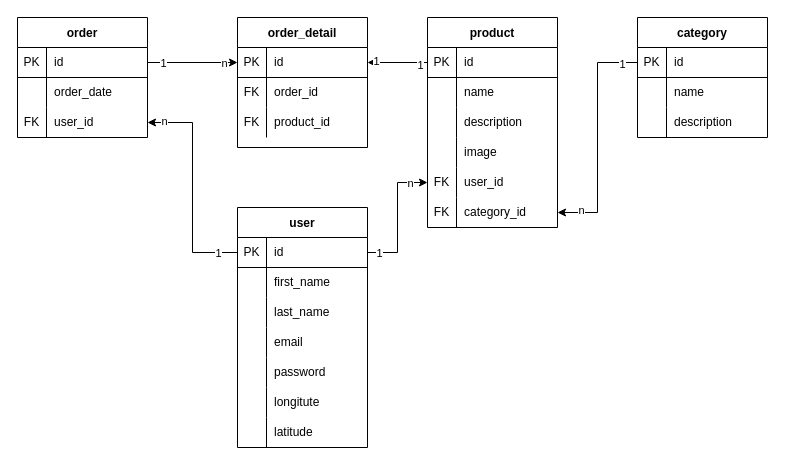
Before: diagrams/erd.drawio in sharonshlee/fernicher, a draw.io diagram. Source tidied: cells renumbered, new cells numbered last; positions are measured from the earlier drawing's top-left corner, leaving out a move shared by most shapes. Both pictures are drawn from the tidied source at 100%, with x=0, y=0 at pixel (17, 17).
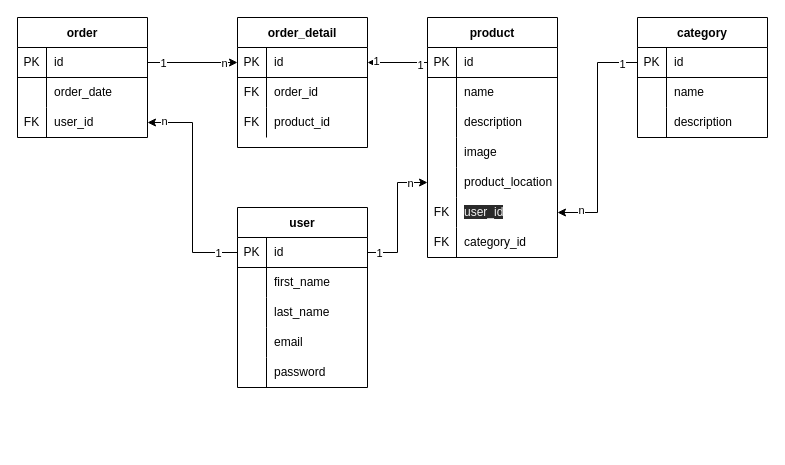
The same page after the edit.

Commit message:
edit ERD for product_location

The change refers to these unchanged cells:
```xml
<mxCell id="37" style="shape=partialRectangle;html=1;whiteSpace=wrap;fillColor=none;top=0;left=0;bottom=0;right=0;points=[[0,0.5],[1,0.5]];portConstraint=eastwest;" parent="24" vertex="1">
  <mxGeometry y="150" width="130" height="30" as="geometry" />
</mxCell>
<mxCell id="40" style="shape=partialRectangle;html=1;whiteSpace=wrap;fillColor=none;top=0;left=0;bottom=0;right=0;points=[[0,0.5],[1,0.5]];portConstraint=eastwest;" parent="24" vertex="1">
  <mxGeometry y="180" width="130" height="30" as="geometry" />
</mxCell>
```

Change to the diagram source:
```diff
@@
     <mxCell id="2" value="user" style="shape=table;startSize=30;childLayout=tableLayout;rowLines=0;fontStyle=1;align=center;" parent="1" vertex="1">
-      <mxGeometry x="220" y="190" width="130" height="240" as="geometry" />
+      <mxGeometry x="220" y="190" width="130" height="180" as="geometry" />
     </mxCell>
@@
-    <mxCell id="18" style="shape=partialRectangle;html=1;whiteSpace=wrap;fillColor=none;top=0;left=0;bottom=0;right=0;" parent="2" vertex="1">
-      <mxGeometry y="180" width="130" height="30" as="geometry" />
-    </mxCell>
-    <mxCell id="19" style="shape=partialRectangle;html=1;whiteSpace=wrap;fillColor=none;top=0;left=0;bottom=0;right=0;overflow=hidden;" parent="18" vertex="1">
-      <mxGeometry width="29" height="30" as="geometry" />
-    </mxCell>
-    <mxCell id="20" value="longitute" style="shape=partialRectangle;html=1;whiteSpace=wrap;fillColor=none;top=0;left=0;bottom=0;right=0;align=left;spacingLeft=6;overflow=hidden;" parent="18" vertex="1">
-      <mxGeometry x="29" width="101" height="30" as="geometry" />
-    </mxCell>
-    <mxCell id="21" style="shape=partialRectangle;html=1;whiteSpace=wrap;fillColor=none;top=0;left=0;bottom=0;right=0;" parent="2" vertex="1">
-      <mxGeometry y="210" width="130" height="30" as="geometry" />
-    </mxCell>
-    <mxCell id="22" style="shape=partialRectangle;html=1;whiteSpace=wrap;fillColor=none;top=0;left=0;bottom=0;right=0;overflow=hidden;" parent="21" vertex="1">
-      <mxGeometry width="29" height="30" as="geometry" />
-    </mxCell>
-    <mxCell id="23" value="latitude" style="shape=partialRectangle;html=1;whiteSpace=wrap;fillColor=none;top=0;left=0;bottom=0;right=0;align=left;spacingLeft=6;overflow=hidden;" parent="21" vertex="1">
-      <mxGeometry x="29" width="101" height="30" as="geometry" />
-    </mxCell>
     <mxCell id="24" value="product" style="shape=table;startSize=30;childLayout=tableLayout;rowLines=0;fontStyle=1;align=center;" parent="1" vertex="1">
-      <mxGeometry x="410" width="130" height="210" as="geometry" />
+      <mxGeometry x="410" width="130" height="240" as="geometry" />
     </mxCell>
@@
-    <mxCell id="38" value="FK" style="shape=partialRectangle;html=1;whiteSpace=wrap;fillColor=none;top=0;left=0;bottom=0;right=0;overflow=hidden;" parent="37" vertex="1">
+    <mxCell id="38" style="shape=partialRectangle;html=1;whiteSpace=wrap;fillColor=none;top=0;left=0;bottom=0;right=0;overflow=hidden;" parent="37" vertex="1">
       <mxGeometry width="29" height="30" as="geometry" />
     </mxCell>
-    <mxCell id="39" value="user_id" style="shape=partialRectangle;html=1;whiteSpace=wrap;fillColor=none;top=0;left=0;bottom=0;right=0;align=left;spacingLeft=6;overflow=hidden;" parent="37" vertex="1">
+    <mxCell id="39" value="product_location" style="shape=partialRectangle;html=1;whiteSpace=wrap;fillColor=none;top=0;left=0;bottom=0;right=0;align=left;spacingLeft=6;overflow=hidden;" parent="37" vertex="1">
       <mxGeometry x="29" width="101" height="30" as="geometry" />
     </mxCell>
@@
-    <mxCell id="42" value="category_id" style="shape=partialRectangle;html=1;whiteSpace=wrap;fillColor=none;top=0;left=0;bottom=0;right=0;align=left;spacingLeft=6;overflow=hidden;" parent="40" vertex="1">
+    <mxCell id="42" value="&lt;span style=&quot;color: rgb(240, 240, 240); font-family: helvetica; font-size: 12px; font-style: normal; font-weight: 400; letter-spacing: normal; text-align: left; text-indent: 0px; text-transform: none; word-spacing: 0px; background-color: rgb(42, 42, 42); display: inline; float: none;&quot;&gt;user_id&lt;/span&gt;" style="shape=partialRectangle;html=1;whiteSpace=wrap;fillColor=none;top=0;left=0;bottom=0;right=0;align=left;spacingLeft=6;overflow=hidden;" parent="40" vertex="1">
       <mxGeometry x="29" width="101" height="30" as="geometry" />
     </mxCell>
+    <mxCell id="21" style="shape=partialRectangle;html=1;whiteSpace=wrap;fillColor=none;top=0;left=0;bottom=0;right=0;" parent="24" vertex="1">
+      <mxGeometry y="210" width="130" height="30" as="geometry" />
+    </mxCell>
+    <mxCell id="88" value="FK" style="shape=partialRectangle;html=1;whiteSpace=wrap;fillColor=none;top=0;left=0;bottom=0;right=0;overflow=hidden;" parent="21" vertex="1">
+      <mxGeometry width="29" height="30" as="geometry" />
+    </mxCell>
+    <mxCell id="89" value="category_id" style="shape=partialRectangle;html=1;whiteSpace=wrap;fillColor=none;top=0;left=0;bottom=0;right=0;align=left;spacingLeft=6;overflow=hidden;" parent="21" vertex="1">
+      <mxGeometry x="29" width="101" height="30" as="geometry" />
+    </mxCell>
```
